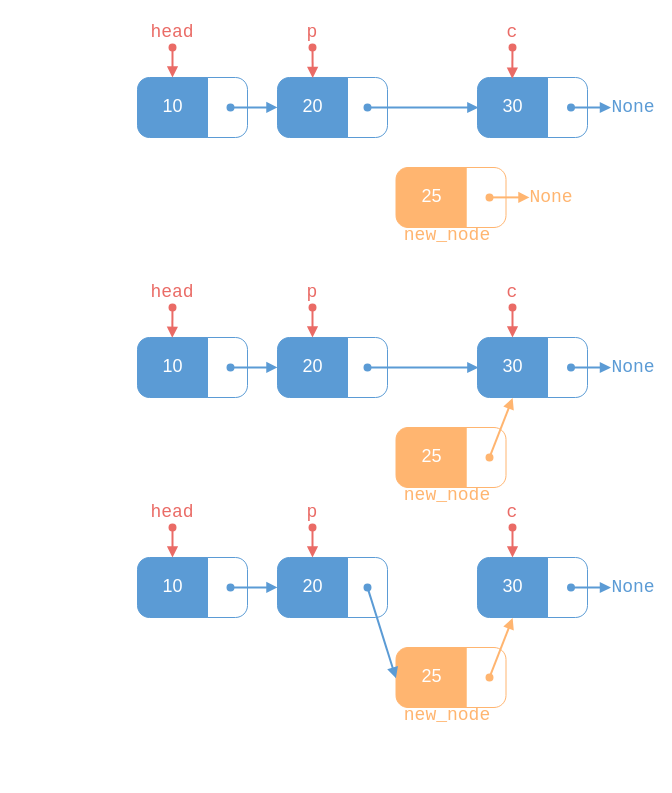
Earlier version of the draw.io diagram page "Insert before" (4 of 5) of linked-list.drawio (vtchitruong/vtchitruong.github.io). Source tidied: cells renumbered, new cells numbered last; positions are measured from the earlier drawing's top-left corner, leaving out a move shared by most shapes. Both pictures are drawn from the tidied source at 100%, with x=0, y=0 at pixel (137, 17).
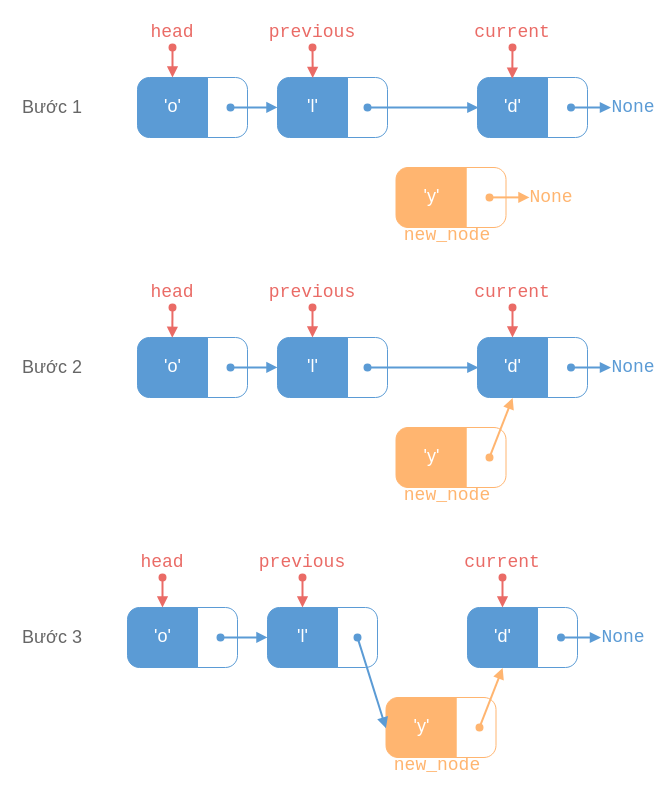
The same diagram, later.

Diff of the diagram source:
```diff
@@
-    <mxCell id="2" value="&lt;font face=&quot;Segoe UI Variable Display&quot;&gt;25&lt;/font&gt;" style="verticalLabelPosition=middle;verticalAlign=middle;html=1;shape=mxgraph.basic.rect;fillColor2=none;strokeWidth=1;size=12;indent=5;rectStyle=square;topLeftStyle=rounded;bottomLeftStyle=rounded;fillColor=#FFB570;horizontal=1;labelPosition=center;align=center;fontSize=18;fontFamily=Consolas;fontColor=#FFFFFF;strokeColor=#FFB570;" parent="1" vertex="1">
+    <mxCell id="2" value="&lt;font face=&quot;Segoe UI Variable Display&quot;&gt;'y'&lt;/font&gt;" style="verticalLabelPosition=middle;verticalAlign=middle;html=1;shape=mxgraph.basic.rect;fillColor2=none;strokeWidth=1;size=12;indent=5;rectStyle=square;topLeftStyle=rounded;bottomLeftStyle=rounded;fillColor=#FFB570;horizontal=1;labelPosition=center;align=center;fontSize=18;fontFamily=Consolas;fontColor=#FFFFFF;strokeColor=#FFB570;" parent="1" vertex="1">
       <mxGeometry x="258.5" y="150" width="70" height="60" as="geometry" />
     </mxCell>
@@
-    <mxCell id="6" value="&lt;font face=&quot;Segoe UI Variable Display&quot;&gt;10&lt;/font&gt;" style="verticalLabelPosition=middle;verticalAlign=middle;html=1;shape=mxgraph.basic.rect;fillColor2=none;strokeWidth=1;size=12;indent=5;rectStyle=square;topLeftStyle=rounded;bottomLeftStyle=rounded;fillColor=#5B9BD5;horizontal=1;labelPosition=center;align=center;fontSize=18;fontFamily=Consolas;fontColor=#FFFFFF;strokeColor=#5B9BD5;" parent="1" vertex="1">
+    <mxCell id="6" value="&lt;font face=&quot;Segoe UI Variable Display&quot;&gt;'o'&lt;/font&gt;" style="verticalLabelPosition=middle;verticalAlign=middle;html=1;shape=mxgraph.basic.rect;fillColor2=none;strokeWidth=1;size=12;indent=5;rectStyle=square;topLeftStyle=rounded;bottomLeftStyle=rounded;fillColor=#5B9BD5;horizontal=1;labelPosition=center;align=center;fontSize=18;fontFamily=Consolas;fontColor=#FFFFFF;strokeColor=#5B9BD5;" parent="1" vertex="1">
       <mxGeometry y="60" width="70" height="60" as="geometry" />
     </mxCell>
@@
-    <mxCell id="11" value="&lt;font face=&quot;Segoe UI Variable Display&quot;&gt;20&lt;/font&gt;" style="verticalLabelPosition=middle;verticalAlign=middle;html=1;shape=mxgraph.basic.rect;fillColor2=none;strokeWidth=1;size=12;indent=5;rectStyle=square;topLeftStyle=rounded;bottomLeftStyle=rounded;fillColor=#5B9BD5;horizontal=1;labelPosition=center;align=center;fontSize=18;fontFamily=Consolas;fontColor=#FFFFFF;strokeColor=#5B9BD5;" parent="1" vertex="1">
+    <mxCell id="11" value="&lt;font face=&quot;Segoe UI Variable Display&quot;&gt;'l'&lt;/font&gt;" style="verticalLabelPosition=middle;verticalAlign=middle;html=1;shape=mxgraph.basic.rect;fillColor2=none;strokeWidth=1;size=12;indent=5;rectStyle=square;topLeftStyle=rounded;bottomLeftStyle=rounded;fillColor=#5B9BD5;horizontal=1;labelPosition=center;align=center;fontSize=18;fontFamily=Consolas;fontColor=#FFFFFF;strokeColor=#5B9BD5;" parent="1" vertex="1">
       <mxGeometry x="140" y="60" width="70" height="60" as="geometry" />
     </mxCell>
@@
-    <mxCell id="14" value="p" style="rounded=1;whiteSpace=wrap;html=1;strokeColor=none;fillColor=none;fontFamily=Consolas;fontColor=#EA6B66;fontSize=18;" parent="1" vertex="1">
+    <mxCell id="14" value="previous" style="rounded=1;whiteSpace=wrap;html=1;strokeColor=none;fillColor=none;fontFamily=Consolas;fontColor=#EA6B66;fontSize=18;" parent="1" vertex="1">
       <mxGeometry x="145" width="60" height="30" as="geometry" />
     </mxCell>
@@
-    <mxCell id="16" value="&lt;font face=&quot;Segoe UI Variable Display&quot;&gt;30&lt;/font&gt;" style="verticalLabelPosition=middle;verticalAlign=middle;html=1;shape=mxgraph.basic.rect;fillColor2=none;strokeWidth=1;size=12;indent=5;rectStyle=square;topLeftStyle=rounded;bottomLeftStyle=rounded;fillColor=#5B9BD5;horizontal=1;labelPosition=center;align=center;fontSize=18;fontFamily=Consolas;fontColor=#FFFFFF;strokeColor=#5B9BD5;" parent="1" vertex="1">
+    <mxCell id="16" value="&lt;font face=&quot;Segoe UI Variable Display&quot;&gt;'d'&lt;/font&gt;" style="verticalLabelPosition=middle;verticalAlign=middle;html=1;shape=mxgraph.basic.rect;fillColor2=none;strokeWidth=1;size=12;indent=5;rectStyle=square;topLeftStyle=rounded;bottomLeftStyle=rounded;fillColor=#5B9BD5;horizontal=1;labelPosition=center;align=center;fontSize=18;fontFamily=Consolas;fontColor=#FFFFFF;strokeColor=#5B9BD5;" parent="1" vertex="1">
       <mxGeometry x="340" y="60" width="70" height="60" as="geometry" />
     </mxCell>
@@
-    <mxCell id="19" value="c" style="rounded=1;whiteSpace=wrap;html=1;strokeColor=none;fillColor=none;fontFamily=Consolas;fontColor=#EA6B66;fontSize=18;" parent="1" vertex="1">
+    <mxCell id="19" value="current" style="rounded=1;whiteSpace=wrap;html=1;strokeColor=none;fillColor=none;fontFamily=Consolas;fontColor=#EA6B66;fontSize=18;" parent="1" vertex="1">
       <mxGeometry x="345" width="60" height="30" as="geometry" />
     </mxCell>
@@
-    <mxCell id="22" value="&lt;font face=&quot;Segoe UI Variable Display&quot;&gt;25&lt;/font&gt;" style="verticalLabelPosition=middle;verticalAlign=middle;html=1;shape=mxgraph.basic.rect;fillColor2=none;strokeWidth=1;size=12;indent=5;rectStyle=square;topLeftStyle=rounded;bottomLeftStyle=rounded;fillColor=#FFB570;horizontal=1;labelPosition=center;align=center;fontSize=18;fontFamily=Consolas;fontColor=#FFFFFF;strokeColor=#FFB570;" parent="1" vertex="1">
+    <mxCell id="22" value="&lt;font face=&quot;Segoe UI Variable Display&quot;&gt;'y'&lt;/font&gt;" style="verticalLabelPosition=middle;verticalAlign=middle;html=1;shape=mxgraph.basic.rect;fillColor2=none;strokeWidth=1;size=12;indent=5;rectStyle=square;topLeftStyle=rounded;bottomLeftStyle=rounded;fillColor=#FFB570;horizontal=1;labelPosition=center;align=center;fontSize=18;fontFamily=Consolas;fontColor=#FFFFFF;strokeColor=#FFB570;" parent="1" vertex="1">
       <mxGeometry x="258.5" y="410" width="70" height="60" as="geometry" />
     </mxCell>
@@
-    <mxCell id="25" value="&lt;font face=&quot;Segoe UI Variable Display&quot;&gt;10&lt;/font&gt;" style="verticalLabelPosition=middle;verticalAlign=middle;html=1;shape=mxgraph.basic.rect;fillColor2=none;strokeWidth=1;size=12;indent=5;rectStyle=square;topLeftStyle=rounded;bottomLeftStyle=rounded;fillColor=#5B9BD5;horizontal=1;labelPosition=center;align=center;fontSize=18;fontFamily=Consolas;fontColor=#FFFFFF;strokeColor=#5B9BD5;" parent="1" vertex="1">
+    <mxCell id="25" value="&lt;font face=&quot;Segoe UI Variable Display&quot;&gt;'o'&lt;/font&gt;" style="verticalLabelPosition=middle;verticalAlign=middle;html=1;shape=mxgraph.basic.rect;fillColor2=none;strokeWidth=1;size=12;indent=5;rectStyle=square;topLeftStyle=rounded;bottomLeftStyle=rounded;fillColor=#5B9BD5;horizontal=1;labelPosition=center;align=center;fontSize=18;fontFamily=Consolas;fontColor=#FFFFFF;strokeColor=#5B9BD5;" parent="1" vertex="1">
       <mxGeometry y="320" width="70" height="60" as="geometry" />
     </mxCell>
@@
-    <mxCell id="30" value="&lt;font face=&quot;Segoe UI Variable Display&quot;&gt;20&lt;/font&gt;" style="verticalLabelPosition=middle;verticalAlign=middle;html=1;shape=mxgraph.basic.rect;fillColor2=none;strokeWidth=1;size=12;indent=5;rectStyle=square;topLeftStyle=rounded;bottomLeftStyle=rounded;fillColor=#5B9BD5;horizontal=1;labelPosition=center;align=center;fontSize=18;fontFamily=Consolas;fontColor=#FFFFFF;strokeColor=#5B9BD5;" parent="1" vertex="1">
+    <mxCell id="30" value="&lt;font face=&quot;Segoe UI Variable Display&quot;&gt;'l'&lt;/font&gt;" style="verticalLabelPosition=middle;verticalAlign=middle;html=1;shape=mxgraph.basic.rect;fillColor2=none;strokeWidth=1;size=12;indent=5;rectStyle=square;topLeftStyle=rounded;bottomLeftStyle=rounded;fillColor=#5B9BD5;horizontal=1;labelPosition=center;align=center;fontSize=18;fontFamily=Consolas;fontColor=#FFFFFF;strokeColor=#5B9BD5;" parent="1" vertex="1">
       <mxGeometry x="140" y="320" width="70" height="60" as="geometry" />
     </mxCell>
@@
-    <mxCell id="33" value="p" style="rounded=1;whiteSpace=wrap;html=1;strokeColor=none;fillColor=none;fontFamily=Consolas;fontColor=#EA6B66;fontSize=18;" parent="1" vertex="1">
+    <mxCell id="33" value="previous" style="rounded=1;whiteSpace=wrap;html=1;strokeColor=none;fillColor=none;fontFamily=Consolas;fontColor=#EA6B66;fontSize=18;" parent="1" vertex="1">
       <mxGeometry x="145" y="260" width="60" height="30" as="geometry" />
     </mxCell>
@@
-    <mxCell id="35" value="&lt;font face=&quot;Segoe UI Variable Display&quot;&gt;30&lt;/font&gt;" style="verticalLabelPosition=middle;verticalAlign=middle;html=1;shape=mxgraph.basic.rect;fillColor2=none;strokeWidth=1;size=12;indent=5;rectStyle=square;topLeftStyle=rounded;bottomLeftStyle=rounded;fillColor=#5B9BD5;horizontal=1;labelPosition=center;align=center;fontSize=18;fontFamily=Consolas;fontColor=#FFFFFF;strokeColor=#5B9BD5;" parent="1" vertex="1">
+    <mxCell id="35" value="&lt;font face=&quot;Segoe UI Variable Display&quot;&gt;'d'&lt;/font&gt;" style="verticalLabelPosition=middle;verticalAlign=middle;html=1;shape=mxgraph.basic.rect;fillColor2=none;strokeWidth=1;size=12;indent=5;rectStyle=square;topLeftStyle=rounded;bottomLeftStyle=rounded;fillColor=#5B9BD5;horizontal=1;labelPosition=center;align=center;fontSize=18;fontFamily=Consolas;fontColor=#FFFFFF;strokeColor=#5B9BD5;" parent="1" vertex="1">
       <mxGeometry x="340" y="320" width="70" height="60" as="geometry" />
     </mxCell>
@@
-    <mxCell id="38" value="c" style="rounded=1;whiteSpace=wrap;html=1;strokeColor=none;fillColor=none;fontFamily=Consolas;fontColor=#EA6B66;fontSize=18;" parent="1" vertex="1">
+    <mxCell id="38" value="current" style="rounded=1;whiteSpace=wrap;html=1;strokeColor=none;fillColor=none;fontFamily=Consolas;fontColor=#EA6B66;fontSize=18;" parent="1" vertex="1">
       <mxGeometry x="345" y="260" width="60" height="30" as="geometry" />
     </mxCell>
@@
-    <mxCell id="41" value="&lt;font face=&quot;Segoe UI Variable Display&quot;&gt;25&lt;/font&gt;" style="verticalLabelPosition=middle;verticalAlign=middle;html=1;shape=mxgraph.basic.rect;fillColor2=none;strokeWidth=1;size=12;indent=5;rectStyle=square;topLeftStyle=rounded;bottomLeftStyle=rounded;fillColor=#FFB570;horizontal=1;labelPosition=center;align=center;fontSize=18;fontFamily=Consolas;fontColor=#FFFFFF;strokeColor=#FFB570;" parent="1" vertex="1">
-      <mxGeometry x="258.5" y="630" width="70" height="60" as="geometry" />
+    <mxCell id="41" value="&lt;font face=&quot;Segoe UI Variable Display&quot;&gt;'y'&lt;/font&gt;" style="verticalLabelPosition=middle;verticalAlign=middle;html=1;shape=mxgraph.basic.rect;fillColor2=none;strokeWidth=1;size=12;indent=5;rectStyle=square;topLeftStyle=rounded;bottomLeftStyle=rounded;fillColor=#FFB570;horizontal=1;labelPosition=center;align=center;fontSize=18;fontFamily=Consolas;fontColor=#FFFFFF;strokeColor=#FFB570;" parent="1" vertex="1">
+      <mxGeometry x="248.5" y="680" width="70" height="60" as="geometry" />
     </mxCell>
     <mxCell id="42" style="verticalLabelPosition=middle;verticalAlign=middle;html=1;shape=mxgraph.basic.rect;fillColor2=none;strokeWidth=1;size=12;indent=5;rectStyle=square;topLeftStyle=default;bottomLeftStyle=default;fillColor=none;horizontal=1;labelPosition=center;align=center;fontSize=18;fontFamily=Consolas;fontColor=#5B9BD5;strokeColor=#FFB570;topRightStyle=rounded;bottomRightStyle=rounded;textDirection=ltr;spacingLeft=-10;" parent="1" vertex="1">
-      <mxGeometry x="328.5" y="630" width="40" height="60" as="geometry" />
+      <mxGeometry x="318.5" y="680" width="40" height="60" as="geometry" />
     </mxCell>
     <mxCell id="43" style="endArrow=block;html=1;rounded=0;fontFamily=Consolas;fontSize=18;fontColor=#FFFFFF;strokeColor=#FFB570;endFill=1;strokeWidth=2;startArrow=oval;startFill=1;shadow=0;labelBackgroundColor=#5B9BD5;entryX=0.502;entryY=1.01;entryDx=0;entryDy=0;entryPerimeter=0;" parent="1" edge="1" target="54">
       <mxGeometry relative="1" as="geometry">
-        <mxPoint x="352" y="659.9" as="sourcePoint" />
+        <mxPoint x="342" y="709.9" as="sourcePoint" />
       </mxGeometry>
     </mxCell>
-    <mxCell id="44" value="&lt;font face=&quot;Segoe UI Variable Display&quot;&gt;10&lt;/font&gt;" style="verticalLabelPosition=middle;verticalAlign=middle;html=1;shape=mxgraph.basic.rect;fillColor2=none;strokeWidth=1;size=12;indent=5;rectStyle=square;topLeftStyle=rounded;bottomLeftStyle=rounded;fillColor=#5B9BD5;horizontal=1;labelPosition=center;align=center;fontSize=18;fontFamily=Consolas;fontColor=#FFFFFF;strokeColor=#5B9BD5;" parent="1" vertex="1">
-      <mxGeometry y="540" width="70" height="60" as="geometry" />
+    <mxCell id="44" value="&lt;font face=&quot;Segoe UI Variable Display&quot;&gt;'o'&lt;/font&gt;" style="verticalLabelPosition=middle;verticalAlign=middle;html=1;shape=mxgraph.basic.rect;fillColor2=none;strokeWidth=1;size=12;indent=5;rectStyle=square;topLeftStyle=rounded;bottomLeftStyle=rounded;fillColor=#5B9BD5;horizontal=1;labelPosition=center;align=center;fontSize=18;fontFamily=Consolas;fontColor=#FFFFFF;strokeColor=#5B9BD5;" parent="1" vertex="1">
+      <mxGeometry x="-10" y="590" width="70" height="60" as="geometry" />
     </mxCell>
     <mxCell id="45" style="verticalLabelPosition=middle;verticalAlign=middle;html=1;shape=mxgraph.basic.rect;fillColor2=none;strokeWidth=1;size=12;indent=5;rectStyle=square;topLeftStyle=default;bottomLeftStyle=default;fillColor=none;horizontal=1;labelPosition=center;align=center;fontSize=18;fontFamily=Consolas;fontColor=#5B9BD5;strokeColor=#5B9BD5;topRightStyle=rounded;bottomRightStyle=rounded;textDirection=ltr;spacingLeft=-10;" parent="1" vertex="1">
-      <mxGeometry x="70" y="540" width="40" height="60" as="geometry" />
+      <mxGeometry x="60" y="590" width="40" height="60" as="geometry" />
     </mxCell>
     <mxCell id="46" value="head" style="rounded=1;whiteSpace=wrap;html=1;strokeColor=none;fillColor=none;fontFamily=Consolas;fontColor=#EA6B66;fontSize=18;" parent="1" vertex="1">
-      <mxGeometry x="5" y="480" width="60" height="30" as="geometry" />
+      <mxGeometry x="-5" y="530" width="60" height="30" as="geometry" />
     </mxCell>
     <mxCell id="47" style="endArrow=block;html=1;rounded=0;fontFamily=Consolas;fontSize=18;fontColor=#FFFFFF;strokeColor=#EA6B66;exitX=0.5;exitY=1;exitDx=0;exitDy=0;endFill=1;strokeWidth=2;startArrow=oval;startFill=1;entryX=0.5;entryY=0;entryDx=0;entryDy=0;entryPerimeter=0;" parent="1" edge="1" source="46">
       <mxGeometry relative="1" as="geometry">
-        <mxPoint x="35" y="540" as="targetPoint" />
+        <mxPoint x="25" y="590" as="targetPoint" />
       </mxGeometry>
     </mxCell>
     <mxCell id="48" style="endArrow=block;html=1;rounded=0;fontFamily=Consolas;fontSize=18;fontColor=#FFFFFF;strokeColor=#5B9BD5;endFill=1;strokeWidth=2;startArrow=oval;startFill=1;shadow=0;labelBackgroundColor=#5B9BD5;entryX=0;entryY=0.498;entryDx=0;entryDy=0;entryPerimeter=0;" parent="1" edge="1" target="49">
       <mxGeometry relative="1" as="geometry">
-        <mxPoint x="93" y="569.9" as="sourcePoint" />
+        <mxPoint x="83" y="619.9" as="sourcePoint" />
       </mxGeometry>
     </mxCell>
-    <mxCell id="49" value="&lt;font face=&quot;Segoe UI Variable Display&quot;&gt;20&lt;/font&gt;" style="verticalLabelPosition=middle;verticalAlign=middle;html=1;shape=mxgraph.basic.rect;fillColor2=none;strokeWidth=1;size=12;indent=5;rectStyle=square;topLeftStyle=rounded;bottomLeftStyle=rounded;fillColor=#5B9BD5;horizontal=1;labelPosition=center;align=center;fontSize=18;fontFamily=Consolas;fontColor=#FFFFFF;strokeColor=#5B9BD5;" parent="1" vertex="1">
-      <mxGeometry x="140" y="540" width="70" height="60" as="geometry" />
+    <mxCell id="49" value="&lt;font face=&quot;Segoe UI Variable Display&quot;&gt;'l'&lt;/font&gt;" style="verticalLabelPosition=middle;verticalAlign=middle;html=1;shape=mxgraph.basic.rect;fillColor2=none;strokeWidth=1;size=12;indent=5;rectStyle=square;topLeftStyle=rounded;bottomLeftStyle=rounded;fillColor=#5B9BD5;horizontal=1;labelPosition=center;align=center;fontSize=18;fontFamily=Consolas;fontColor=#FFFFFF;strokeColor=#5B9BD5;" parent="1" vertex="1">
+      <mxGeometry x="130" y="590" width="70" height="60" as="geometry" />
     </mxCell>
     <mxCell id="50" style="verticalLabelPosition=middle;verticalAlign=middle;html=1;shape=mxgraph.basic.rect;fillColor2=none;strokeWidth=1;size=12;indent=5;rectStyle=square;topLeftStyle=default;bottomLeftStyle=default;fillColor=none;horizontal=1;labelPosition=center;align=center;fontSize=18;fontFamily=Consolas;fontColor=#5B9BD5;strokeColor=#5B9BD5;topRightStyle=rounded;bottomRightStyle=rounded;textDirection=ltr;spacingLeft=-10;" parent="1" vertex="1">
-      <mxGeometry x="210" y="540" width="40" height="60" as="geometry" />
+      <mxGeometry x="200" y="590" width="40" height="60" as="geometry" />
     </mxCell>
     <mxCell id="51" style="endArrow=block;html=1;rounded=0;fontFamily=Consolas;fontSize=18;fontColor=#FFFFFF;strokeColor=#5B9BD5;endFill=1;strokeWidth=2;startArrow=oval;startFill=1;shadow=0;labelBackgroundColor=#5B9BD5;entryX=-0.001;entryY=0.513;entryDx=0;entryDy=0;entryPerimeter=0;" parent="1" edge="1" target="41">
       <mxGeometry relative="1" as="geometry">
-        <mxPoint x="230" y="570" as="sourcePoint" />
+        <mxPoint x="220" y="620" as="sourcePoint" />
       </mxGeometry>
     </mxCell>
-    <mxCell id="52" value="p" style="rounded=1;whiteSpace=wrap;html=1;strokeColor=none;fillColor=none;fontFamily=Consolas;fontColor=#EA6B66;fontSize=18;" parent="1" vertex="1">
-      <mxGeometry x="145" y="480" width="60" height="30" as="geometry" />
+    <mxCell id="52" value="previous" style="rounded=1;whiteSpace=wrap;html=1;strokeColor=none;fillColor=none;fontFamily=Consolas;fontColor=#EA6B66;fontSize=18;" parent="1" vertex="1">
+      <mxGeometry x="135" y="530" width="60" height="30" as="geometry" />
     </mxCell>
     <mxCell id="53" style="endArrow=block;html=1;rounded=0;fontFamily=Consolas;fontSize=18;fontColor=#FFFFFF;strokeColor=#EA6B66;exitX=0.5;exitY=1;exitDx=0;exitDy=0;endFill=1;strokeWidth=2;startArrow=oval;startFill=1;entryX=0.5;entryY=0;entryDx=0;entryDy=0;entryPerimeter=0;" parent="1" edge="1" source="52">
       <mxGeometry relative="1" as="geometry">
-        <mxPoint x="175" y="540" as="targetPoint" />
+        <mxPoint x="165" y="590" as="targetPoint" />
       </mxGeometry>
     </mxCell>
-    <mxCell id="54" value="&lt;font face=&quot;Segoe UI Variable Display&quot;&gt;30&lt;/font&gt;" style="verticalLabelPosition=middle;verticalAlign=middle;html=1;shape=mxgraph.basic.rect;fillColor2=none;strokeWidth=1;size=12;indent=5;rectStyle=square;topLeftStyle=rounded;bottomLeftStyle=rounded;fillColor=#5B9BD5;horizontal=1;labelPosition=center;align=center;fontSize=18;fontFamily=Consolas;fontColor=#FFFFFF;strokeColor=#5B9BD5;" parent="1" vertex="1">
-      <mxGeometry x="340" y="540" width="70" height="60" as="geometry" />
+    <mxCell id="54" value="&lt;font face=&quot;Segoe UI Variable Display&quot;&gt;'d'&lt;/font&gt;" style="verticalLabelPosition=middle;verticalAlign=middle;html=1;shape=mxgraph.basic.rect;fillColor2=none;strokeWidth=1;size=12;indent=5;rectStyle=square;topLeftStyle=rounded;bottomLeftStyle=rounded;fillColor=#5B9BD5;horizontal=1;labelPosition=center;align=center;fontSize=18;fontFamily=Consolas;fontColor=#FFFFFF;strokeColor=#5B9BD5;" parent="1" vertex="1">
+      <mxGeometry x="330" y="590" width="70" height="60" as="geometry" />
     </mxCell>
     <mxCell id="55" style="verticalLabelPosition=middle;verticalAlign=middle;html=1;shape=mxgraph.basic.rect;fillColor2=none;strokeWidth=1;size=12;indent=5;rectStyle=square;topLeftStyle=default;bottomLeftStyle=default;fillColor=none;horizontal=1;labelPosition=center;align=center;fontSize=18;fontFamily=Consolas;fontColor=#5B9BD5;strokeColor=#5B9BD5;topRightStyle=rounded;bottomRightStyle=rounded;textDirection=ltr;spacingLeft=-10;" parent="1" vertex="1">
-      <mxGeometry x="410" y="540" width="40" height="60" as="geometry" />
+      <mxGeometry x="400" y="590" width="40" height="60" as="geometry" />
     </mxCell>
     <mxCell id="56" style="endArrow=block;html=1;rounded=0;fontFamily=Consolas;fontSize=18;fontColor=#FFFFFF;strokeColor=#5B9BD5;endFill=1;strokeWidth=2;startArrow=oval;startFill=1;shadow=0;labelBackgroundColor=#5B9BD5;" parent="1" edge="1">
       <mxGeometry relative="1" as="geometry">
-        <mxPoint x="433.5" y="570" as="sourcePoint" />
-        <mxPoint x="473.5" y="570" as="targetPoint" />
+        <mxPoint x="423.5" y="620" as="sourcePoint" />
+        <mxPoint x="463.5" y="620" as="targetPoint" />
       </mxGeometry>
     </mxCell>
-    <mxCell id="57" value="c" style="rounded=1;whiteSpace=wrap;html=1;strokeColor=none;fillColor=none;fontFamily=Consolas;fontColor=#EA6B66;fontSize=18;" parent="1" vertex="1">
-      <mxGeometry x="345" y="480" width="60" height="30" as="geometry" />
+    <mxCell id="57" value="current" style="rounded=1;whiteSpace=wrap;html=1;strokeColor=none;fillColor=none;fontFamily=Consolas;fontColor=#EA6B66;fontSize=18;" parent="1" vertex="1">
+      <mxGeometry x="335" y="530" width="60" height="30" as="geometry" />
     </mxCell>
     <mxCell id="58" style="endArrow=block;html=1;rounded=0;fontFamily=Consolas;fontSize=18;fontColor=#FFFFFF;strokeColor=#EA6B66;exitX=0.5;exitY=1;exitDx=0;exitDy=0;endFill=1;strokeWidth=2;startArrow=oval;startFill=1;entryX=0.5;entryY=0;entryDx=0;entryDy=0;entryPerimeter=0;" parent="1" edge="1" source="57">
       <mxGeometry relative="1" as="geometry">
-        <mxPoint x="375" y="540" as="targetPoint" />
+        <mxPoint x="365" y="590" as="targetPoint" />
       </mxGeometry>
     </mxCell>
     <mxCell id="59" value="None" style="strokeWidth=1;html=1;shadow=0;dashed=0;shape=mxgraph.ios.iTextInput;strokeColor=none;buttonText=;fontSize=18;whiteSpace=wrap;align=center;comic=0;fontFamily=Consolas;fillColor=none;fontColor=#5B9BD5;" parent="1" vertex="1">
-      <mxGeometry x="473.5" y="562.5" width="43.5" height="15" as="geometry" />
+      <mxGeometry x="463.5" y="612.5" width="43.5" height="15" as="geometry" />
     </mxCell>
@@
     <mxCell id="62" value="new_node" style="strokeWidth=1;html=1;shadow=0;dashed=0;shape=mxgraph.ios.iTextInput;strokeColor=none;buttonText=;fontSize=18;whiteSpace=wrap;align=center;comic=0;fontFamily=Consolas;fillColor=none;fontColor=#FFB570;" parent="1" vertex="1">
-      <mxGeometry x="265" y="690" width="90" height="15" as="geometry" />
+      <mxGeometry x="255" y="740" width="90" height="15" as="geometry" />
     </mxCell>
+    <mxCell id="63" value="Bước 1" style="rounded=1;whiteSpace=wrap;html=1;strokeColor=none;fillColor=none;fontFamily=Segoe UI Variable Display;fontColor=#666666;fontSize=18;" parent="1" vertex="1">
+      <mxGeometry x="-120" y="75" width="70" height="30" as="geometry" />
+    </mxCell>
+    <mxCell id="64" value="Bước 2" style="rounded=1;whiteSpace=wrap;html=1;strokeColor=none;fillColor=none;fontFamily=Segoe UI Variable Display;fontColor=#666666;fontSize=18;" parent="1" vertex="1">
+      <mxGeometry x="-120" y="335" width="70" height="30" as="geometry" />
+    </mxCell>
+    <mxCell id="65" value="Bước 3" style="rounded=1;whiteSpace=wrap;html=1;strokeColor=none;fillColor=none;fontFamily=Segoe UI Variable Display;fontColor=#666666;fontSize=18;" parent="1" vertex="1">
+      <mxGeometry x="-120" y="605" width="70" height="30" as="geometry" />
+    </mxCell>
```
